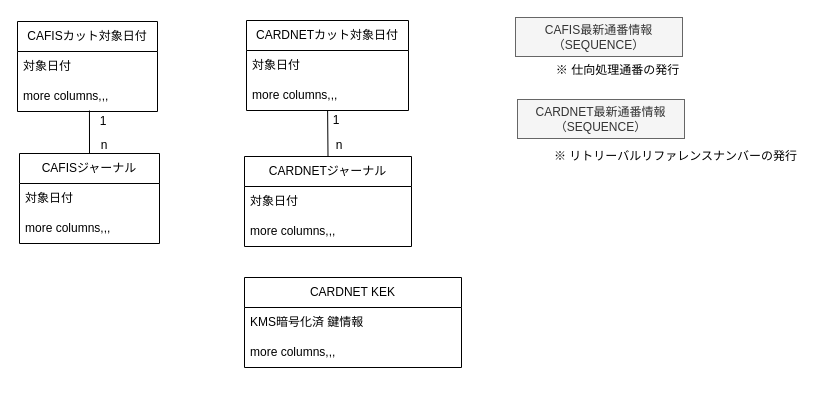
Before: page "datastore_1-1" (6 of 6) of FEXICS/obj/functions.drawio in kyoshizawa/kywiki2, a draw.io diagram. Source tidied: cells renumbered, new cells numbered last; positions are measured from the earlier drawing's top-left corner, leaving out a move shared by most shapes. Both pictures are drawn from the tidied source at 100%, with x=0, y=0 at pixel (17, 17).
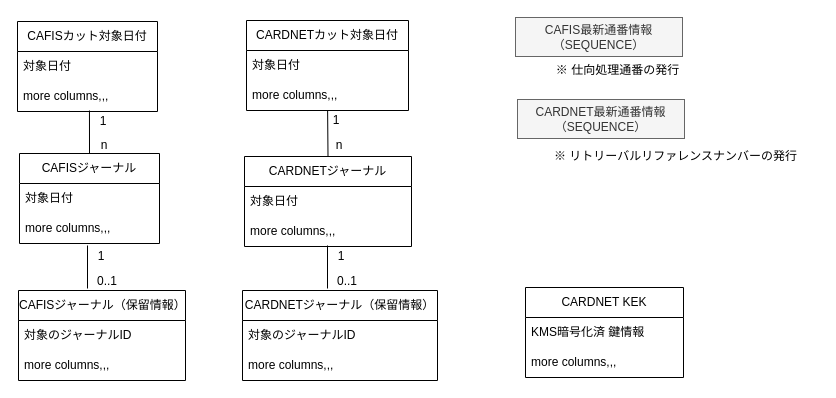
The same page after the edit.

The edit, as a diff of the source:
```diff
@@
     <mxCell id="20" value="CARDNET KEK" style="swimlane;fontStyle=0;horizontal=1;startSize=30;whiteSpace=wrap;html=1;" parent="1" vertex="1">
-      <mxGeometry x="227" y="260" width="217" height="90" as="geometry" />
+      <mxGeometry x="508" y="270" width="158" height="90" as="geometry" />
     </mxCell>
     <mxCell id="21" value="KMS暗号化済 鍵情報" style="text;strokeColor=none;fillColor=none;align=left;verticalAlign=middle;spacingLeft=4;spacingRight=4;overflow=hidden;whiteSpace=wrap;html=1;" parent="20" vertex="1">
-      <mxGeometry y="30" width="217" height="30" as="geometry" />
+      <mxGeometry y="30" width="158" height="30" as="geometry" />
     </mxCell>
     <mxCell id="22" value="more columns,,," style="text;strokeColor=none;fillColor=none;align=left;verticalAlign=middle;spacingLeft=4;spacingRight=4;overflow=hidden;whiteSpace=wrap;html=1;" parent="20" vertex="1">
-      <mxGeometry y="60" width="217" height="30" as="geometry" />
+      <mxGeometry y="60" width="158" height="30" as="geometry" />
     </mxCell>
@@
+    <mxCell id="27" value="CAFISジャーナル（保留情報）" style="swimlane;fontStyle=0;horizontal=1;startSize=30;whiteSpace=wrap;html=1;" parent="1" vertex="1">
+      <mxGeometry x="1" y="273" width="167" height="90" as="geometry" />
+    </mxCell>
+    <mxCell id="28" value="対象のジャーナルID" style="text;strokeColor=none;fillColor=none;align=left;verticalAlign=middle;spacingLeft=4;spacingRight=4;overflow=hidden;whiteSpace=wrap;html=1;" parent="27" vertex="1">
+      <mxGeometry y="30" width="167" height="30" as="geometry" />
+    </mxCell>
+    <mxCell id="29" value="more columns,,," style="text;strokeColor=none;fillColor=none;align=left;verticalAlign=middle;spacingLeft=4;spacingRight=4;overflow=hidden;whiteSpace=wrap;html=1;" parent="27" vertex="1">
+      <mxGeometry y="60" width="167" height="30" as="geometry" />
+    </mxCell>
+    <mxCell id="30" value="CARDNETジャーナル（保留情報）" style="swimlane;fontStyle=0;horizontal=1;startSize=30;whiteSpace=wrap;html=1;" parent="1" vertex="1">
+      <mxGeometry x="225" y="273" width="195" height="90" as="geometry" />
+    </mxCell>
+    <mxCell id="31" value="対象のジャーナルID" style="text;strokeColor=none;fillColor=none;align=left;verticalAlign=middle;spacingLeft=4;spacingRight=4;overflow=hidden;whiteSpace=wrap;html=1;" parent="30" vertex="1">
+      <mxGeometry y="30" width="195" height="30" as="geometry" />
+    </mxCell>
+    <mxCell id="32" value="more columns,,," style="text;strokeColor=none;fillColor=none;align=left;verticalAlign=middle;spacingLeft=4;spacingRight=4;overflow=hidden;whiteSpace=wrap;html=1;" parent="30" vertex="1">
+      <mxGeometry y="60" width="195" height="30" as="geometry" />
+    </mxCell>
+    <mxCell id="33" style="endArrow=none;html=1;rounded=0;entryX=0.514;entryY=0.967;entryDx=0;entryDy=0;entryPerimeter=0;exitX=0.5;exitY=0;exitDx=0;exitDy=0;" parent="1" edge="1">
+      <mxGeometry relative="1" as="geometry">
+        <mxPoint x="70" y="271" as="sourcePoint" />
+        <mxPoint x="70" y="228" as="targetPoint" />
+      </mxGeometry>
+    </mxCell>
+    <mxCell id="34" value="1" style="text;html=1;align=center;verticalAlign=middle;whiteSpace=wrap;rounded=0;" parent="1" vertex="1">
+      <mxGeometry x="54" y="224" width="60" height="30" as="geometry" />
+    </mxCell>
+    <mxCell id="35" value="0..1" style="text;html=1;align=center;verticalAlign=middle;whiteSpace=wrap;rounded=0;" parent="1" vertex="1">
+      <mxGeometry x="60" y="249" width="60" height="30" as="geometry" />
+    </mxCell>
+    <mxCell id="36" style="endArrow=none;html=1;rounded=0;entryX=0.514;entryY=0.967;entryDx=0;entryDy=0;entryPerimeter=0;exitX=0.5;exitY=0;exitDx=0;exitDy=0;" parent="1" edge="1">
+      <mxGeometry relative="1" as="geometry">
+        <mxPoint x="310" y="271" as="sourcePoint" />
+        <mxPoint x="310" y="228" as="targetPoint" />
+      </mxGeometry>
+    </mxCell>
+    <mxCell id="37" value="1" style="text;html=1;align=center;verticalAlign=middle;whiteSpace=wrap;rounded=0;" parent="1" vertex="1">
+      <mxGeometry x="294" y="224" width="60" height="30" as="geometry" />
+    </mxCell>
+    <mxCell id="38" value="0..1" style="text;html=1;align=center;verticalAlign=middle;whiteSpace=wrap;rounded=0;" parent="1" vertex="1">
+      <mxGeometry x="300" y="249" width="60" height="30" as="geometry" />
+    </mxCell>
```
